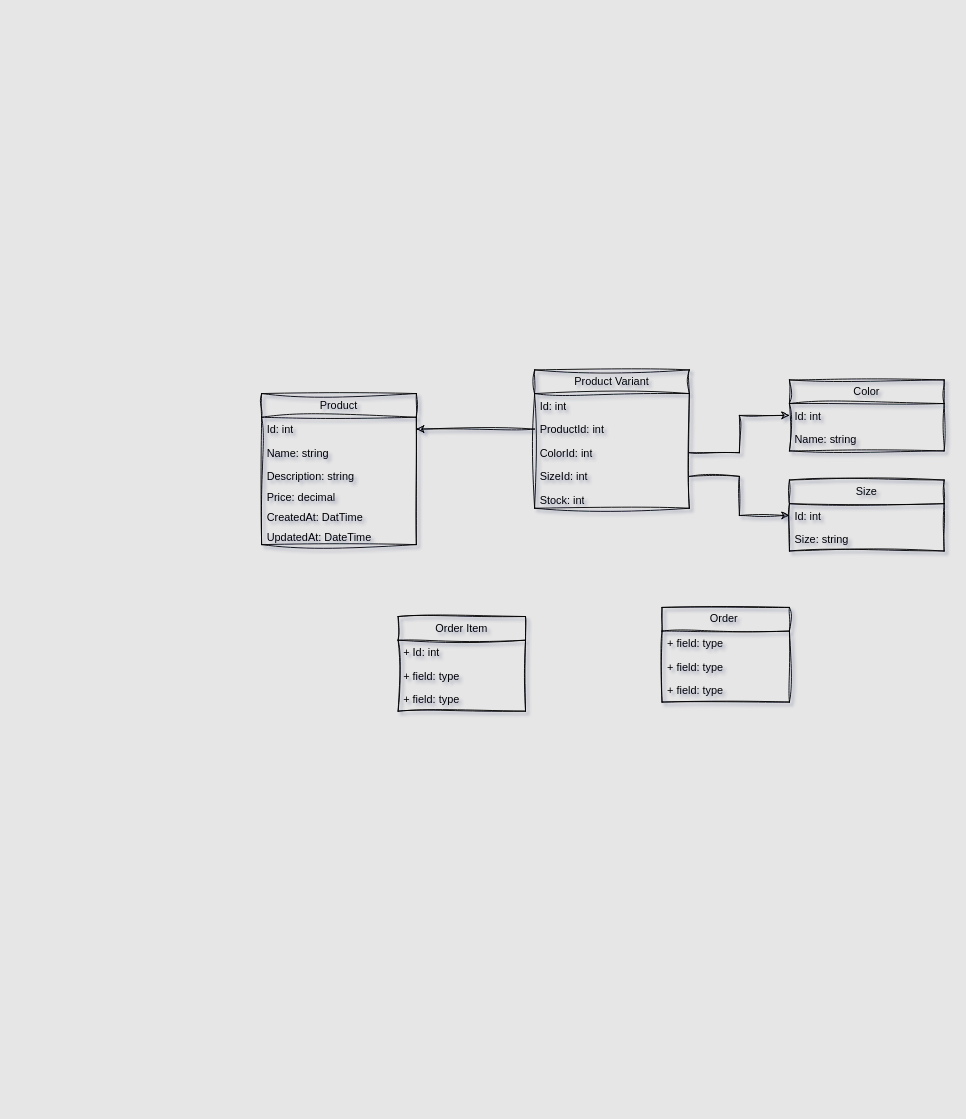
Earlier version of the draw.io diagram page "Page-1" (1 of 3) of Kemet.drawio (MustaphaAlaa/Kemet). Source tidied: cells renumbered, new cells numbered last; positions are measured from the earlier drawing's top-left corner, leaving out a move shared by most shapes. Both pictures are drawn from the tidied source at 91%, with x=0, y=0 at pixel (261, 369).
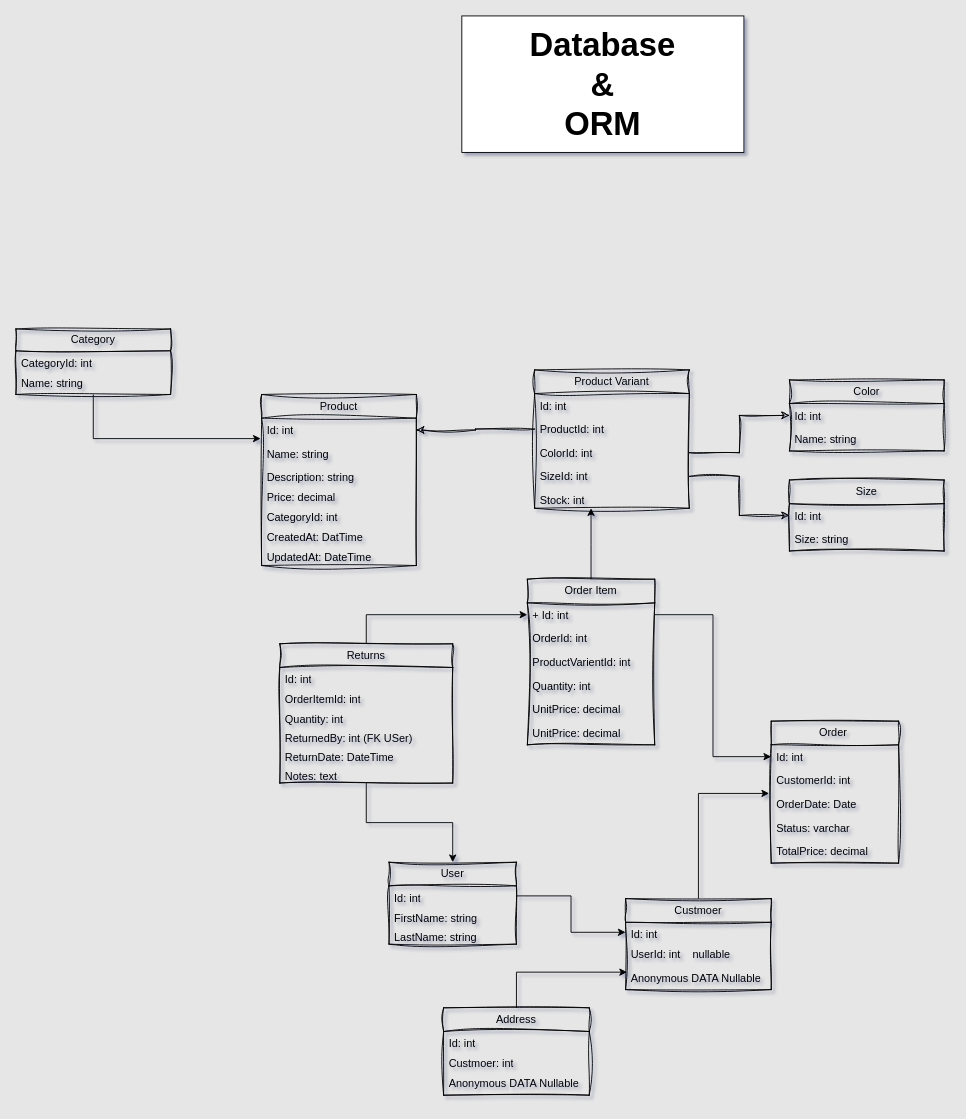
After the change.

Commit message (it also covers changes not shown here):
Add initial project structure and domain entities for Kemet

The change refers to these unchanged cells:
```xml
<mxCell id="4" value="Name: string&lt;span style=&quot;white-space: pre;&quot;&gt;&#9;&lt;/span&gt;&lt;div&gt;&lt;br&gt;&lt;/div&gt;" style="text;strokeColor=none;fillColor=none;align=left;verticalAlign=top;spacingLeft=4;spacingRight=4;overflow=hidden;points=[[0,0.5],[1,0.5]];portConstraint=eastwest;whiteSpace=wrap;html=1;rounded=0;labelBackgroundColor=none;sketch=1;curveFitting=1;jiggle=2;" parent="2" vertex="1">
  <mxGeometry y="52" width="170" height="26" as="geometry" />
</mxCell>
<mxCell id="25" value="+ Id: int" style="text;strokeColor=none;fillColor=none;align=left;verticalAlign=top;spacingLeft=4;spacingRight=4;overflow=hidden;points=[[0,0.5],[1,0.5]];portConstraint=eastwest;whiteSpace=wrap;html=1;rounded=0;labelBackgroundColor=none;sketch=1;curveFitting=1;jiggle=2;" parent="24" vertex="1">
  <mxGeometry y="26" width="140" height="26" as="geometry" />
</mxCell>
```

Change to the diagram source:
```diff
@@
     <mxCell id="2" value="Product" style="swimlane;fontStyle=0;horizontal=1;startSize=26;fillColor=none;whiteSpace=wrap;html=1;rounded=0;labelBackgroundColor=none;sketch=1;curveFitting=1;jiggle=2;" parent="1" vertex="1">
-      <mxGeometry y="26" width="170" height="166" as="geometry" />
+      <mxGeometry y="27" width="170" height="188" as="geometry" />
     </mxCell>
@@
+    <mxCell id="32" value="CategoryId: int" style="text;strokeColor=none;fillColor=none;align=left;verticalAlign=top;spacingLeft=4;spacingRight=4;overflow=hidden;whiteSpace=wrap;html=1;rounded=0;labelBackgroundColor=none;sketch=1;curveFitting=1;jiggle=2;" parent="2" vertex="1">
+      <mxGeometry y="122" width="170" height="22" as="geometry" />
+    </mxCell>
     <mxCell id="7" value="CreatedAt: DatTime&lt;span style=&quot;white-space: pre;&quot;&gt;&#9;&lt;/span&gt;" style="text;strokeColor=none;fillColor=none;align=left;verticalAlign=top;spacingLeft=4;spacingRight=4;overflow=hidden;whiteSpace=wrap;html=1;rounded=0;labelBackgroundColor=none;sketch=1;curveFitting=1;jiggle=2;" parent="2" vertex="1">
-      <mxGeometry y="122" width="170" height="22" as="geometry" />
+      <mxGeometry y="144" width="170" height="22" as="geometry" />
     </mxCell>
     <mxCell id="8" value="UpdatedAt: DateTime" style="text;strokeColor=none;fillColor=none;align=left;verticalAlign=top;spacingLeft=4;spacingRight=4;overflow=hidden;whiteSpace=wrap;html=1;rounded=0;labelBackgroundColor=none;sketch=1;curveFitting=1;jiggle=2;" parent="2" vertex="1">
-      <mxGeometry y="144" width="170" height="22" as="geometry" />
+      <mxGeometry y="166" width="170" height="22" as="geometry" />
     </mxCell>
@@
+    <mxCell id="33" style="edgeStyle=orthogonalEdgeStyle;rounded=0;jettySize=auto;html=1;entryX=0.5;entryY=1;entryDx=0;entryDy=0;exitX=0.5;exitY=0;exitDx=0;exitDy=0;" parent="1" edge="1" source="24">
+      <mxGeometry relative="1" as="geometry">
+        <mxPoint x="362" y="152" as="targetPoint" />
+      </mxGeometry>
+    </mxCell>
     <mxCell id="24" value="Order Item" style="swimlane;fontStyle=0;horizontal=1;startSize=26;fillColor=none;whiteSpace=wrap;html=1;rounded=0;labelBackgroundColor=none;sketch=1;curveFitting=1;jiggle=2;" parent="1" vertex="1">
-      <mxGeometry x="150" y="271" width="140" height="104" as="geometry" />
+      <mxGeometry x="292" y="230" width="140" height="182" as="geometry" />
     </mxCell>
@@
-    <mxCell id="26" value="+ field: type" style="text;strokeColor=none;fillColor=none;align=left;verticalAlign=top;spacingLeft=4;spacingRight=4;overflow=hidden;whiteSpace=wrap;html=1;rounded=0;labelBackgroundColor=none;sketch=1;curveFitting=1;jiggle=2;" parent="24" vertex="1">
+    <mxCell id="26" value="OrderId: int" style="text;strokeColor=none;fillColor=none;align=left;verticalAlign=top;spacingLeft=4;spacingRight=4;overflow=hidden;whiteSpace=wrap;html=1;rounded=0;labelBackgroundColor=none;sketch=1;curveFitting=1;jiggle=2;" parent="24" vertex="1">
       <mxGeometry y="52" width="140" height="26" as="geometry" />
     </mxCell>
-    <mxCell id="27" value="+ field: type" style="text;strokeColor=none;fillColor=none;align=left;verticalAlign=top;spacingLeft=4;spacingRight=4;overflow=hidden;whiteSpace=wrap;html=1;rounded=0;labelBackgroundColor=none;sketch=1;curveFitting=1;jiggle=2;" parent="24" vertex="1">
+    <mxCell id="27" value="ProductVarientId: int" style="text;strokeColor=none;fillColor=none;align=left;verticalAlign=top;spacingLeft=4;spacingRight=4;overflow=hidden;whiteSpace=wrap;html=1;rounded=0;labelBackgroundColor=none;sketch=1;curveFitting=1;jiggle=2;" parent="24" vertex="1">
       <mxGeometry y="78" width="140" height="26" as="geometry" />
     </mxCell>
+    <mxCell id="34" value="Quantity: int" style="text;strokeColor=none;fillColor=none;align=left;verticalAlign=top;spacingLeft=4;spacingRight=4;overflow=hidden;whiteSpace=wrap;html=1;rounded=0;labelBackgroundColor=none;sketch=1;curveFitting=1;jiggle=2;" parent="24" vertex="1">
+      <mxGeometry y="104" width="140" height="26" as="geometry" />
+    </mxCell>
+    <mxCell id="35" value="UnitPrice: decimal" style="text;strokeColor=none;fillColor=none;align=left;verticalAlign=top;spacingLeft=4;spacingRight=4;overflow=hidden;whiteSpace=wrap;html=1;rounded=0;labelBackgroundColor=none;sketch=1;curveFitting=1;jiggle=2;" parent="24" vertex="1">
+      <mxGeometry y="130" width="140" height="26" as="geometry" />
+    </mxCell>
+    <mxCell id="36" value="UnitPrice: decimal" style="text;strokeColor=none;fillColor=none;align=left;verticalAlign=top;spacingLeft=4;spacingRight=4;overflow=hidden;whiteSpace=wrap;html=1;rounded=0;labelBackgroundColor=none;sketch=1;curveFitting=1;jiggle=2;" parent="24" vertex="1">
+      <mxGeometry y="156" width="140" height="26" as="geometry" />
+    </mxCell>
     <mxCell id="28" value="Order&amp;nbsp;" style="swimlane;fontStyle=0;horizontal=1;startSize=26;fillColor=none;whiteSpace=wrap;html=1;rounded=0;labelBackgroundColor=none;sketch=1;curveFitting=1;jiggle=2;" parent="1" vertex="1">
-      <mxGeometry x="440" y="261" width="140" height="104" as="geometry" />
+      <mxGeometry x="560" y="386" width="140" height="156" as="geometry" />
     </mxCell>
-    <mxCell id="29" value="+ field: type" style="text;strokeColor=none;fillColor=none;align=left;verticalAlign=top;spacingLeft=4;spacingRight=4;overflow=hidden;points=[[0,0.5],[1,0.5]];portConstraint=eastwest;whiteSpace=wrap;html=1;rounded=0;labelBackgroundColor=none;sketch=1;curveFitting=1;jiggle=2;" parent="28" vertex="1">
+    <mxCell id="29" value="Id: int" style="text;strokeColor=none;fillColor=none;align=left;verticalAlign=top;spacingLeft=4;spacingRight=4;overflow=hidden;points=[[0,0.5],[1,0.5]];portConstraint=eastwest;whiteSpace=wrap;html=1;rounded=0;labelBackgroundColor=none;sketch=1;curveFitting=1;jiggle=2;" parent="28" vertex="1">
       <mxGeometry y="26" width="140" height="26" as="geometry" />
     </mxCell>
+    <mxCell id="31" value="CustomerId: int" style="text;strokeColor=none;fillColor=none;align=left;verticalAlign=top;spacingLeft=4;spacingRight=4;overflow=hidden;whiteSpace=wrap;html=1;rounded=0;labelBackgroundColor=none;sketch=1;curveFitting=1;jiggle=2;" parent="28" vertex="1">
+      <mxGeometry y="52" width="140" height="26" as="geometry" />
+    </mxCell>
-    <mxCell id="30" value="+ field: type" style="text;strokeColor=none;fillColor=none;align=left;verticalAlign=top;spacingLeft=4;spacingRight=4;overflow=hidden;points=[[0,0.5],[1,0.5]];portConstraint=eastwest;whiteSpace=wrap;html=1;rounded=0;labelBackgroundColor=none;sketch=1;curveFitting=1;jiggle=2;" parent="28" vertex="1">
-      <mxGeometry y="52" width="140" height="26" as="geometry" />
+    <mxCell id="30" value="OrderDate: Date" style="text;strokeColor=none;fillColor=none;align=left;verticalAlign=top;spacingLeft=4;spacingRight=4;overflow=hidden;points=[[0,0.5],[1,0.5]];portConstraint=eastwest;whiteSpace=wrap;html=1;rounded=0;labelBackgroundColor=none;sketch=1;curveFitting=1;jiggle=2;" parent="28" vertex="1">
+      <mxGeometry y="78" width="140" height="26" as="geometry" />
     </mxCell>
-    <mxCell id="31" value="+ field: type" style="text;strokeColor=none;fillColor=none;align=left;verticalAlign=top;spacingLeft=4;spacingRight=4;overflow=hidden;whiteSpace=wrap;html=1;rounded=0;labelBackgroundColor=none;sketch=1;curveFitting=1;jiggle=2;" parent="28" vertex="1">
-      <mxGeometry y="78" width="140" height="26" as="geometry" />
-    </mxCell>
+    <mxCell id="37" value="Status: varchar" style="text;strokeColor=none;fillColor=none;align=left;verticalAlign=top;spacingLeft=4;spacingRight=4;overflow=hidden;whiteSpace=wrap;html=1;rounded=0;labelBackgroundColor=none;sketch=1;curveFitting=1;jiggle=2;" parent="28" vertex="1">
+      <mxGeometry y="104" width="140" height="26" as="geometry" />
+    </mxCell>
+    <mxCell id="38" value="TotalPrice: decimal" style="text;strokeColor=none;fillColor=none;align=left;verticalAlign=top;spacingLeft=4;spacingRight=4;overflow=hidden;whiteSpace=wrap;html=1;rounded=0;labelBackgroundColor=none;sketch=1;curveFitting=1;jiggle=2;" parent="28" vertex="1">
+      <mxGeometry y="130" width="140" height="26" as="geometry" />
+    </mxCell>
+    <mxCell id="39" style="edgeStyle=orthogonalEdgeStyle;rounded=0;jettySize=auto;html=1;" parent="1" edge="1" source="25" target="29">
+      <mxGeometry relative="1" as="geometry" />
+    </mxCell>
+    <mxCell id="40" value="Custmoer" style="swimlane;fontStyle=0;horizontal=1;startSize=26;fillColor=none;whiteSpace=wrap;html=1;rounded=0;labelBackgroundColor=none;sketch=1;curveFitting=1;jiggle=2;" parent="1" vertex="1">
+      <mxGeometry x="400" y="581" width="160" height="100" as="geometry" />
+    </mxCell>
+    <mxCell id="41" value="Id: int" style="text;strokeColor=none;fillColor=none;align=left;verticalAlign=top;spacingLeft=4;spacingRight=4;overflow=hidden;points=[[0,0.5],[1,0.5]];portConstraint=eastwest;whiteSpace=wrap;html=1;rounded=0;labelBackgroundColor=none;sketch=1;curveFitting=1;jiggle=2;" parent="40" vertex="1">
+      <mxGeometry y="26" width="160" height="22" as="geometry" />
+    </mxCell>
+    <mxCell id="42" value="UserId: int&amp;nbsp; &amp;nbsp; nullable" style="text;strokeColor=none;fillColor=none;align=left;verticalAlign=top;spacingLeft=4;spacingRight=4;overflow=hidden;whiteSpace=wrap;html=1;rounded=0;labelBackgroundColor=none;sketch=1;curveFitting=1;jiggle=2;" parent="40" vertex="1">
+      <mxGeometry y="48" width="160" height="26" as="geometry" />
+    </mxCell>
+    <mxCell id="43" value="Anonymous DATA Nullable" style="text;strokeColor=none;fillColor=none;align=left;verticalAlign=top;spacingLeft=4;spacingRight=4;overflow=hidden;points=[[0,0.5],[1,0.5]];portConstraint=eastwest;whiteSpace=wrap;html=1;rounded=0;labelBackgroundColor=none;sketch=1;curveFitting=1;jiggle=2;" parent="40" vertex="1">
+      <mxGeometry y="74" width="160" height="26" as="geometry" />
+    </mxCell>
+    <mxCell id="44" value="User" style="swimlane;fontStyle=0;horizontal=1;startSize=26;fillColor=none;whiteSpace=wrap;html=1;rounded=0;labelBackgroundColor=none;sketch=1;curveFitting=1;jiggle=2;" parent="1" vertex="1">
+      <mxGeometry x="140" y="541" width="140" height="90" as="geometry" />
+    </mxCell>
+    <mxCell id="45" value="Id: int" style="text;strokeColor=none;fillColor=none;align=left;verticalAlign=top;spacingLeft=4;spacingRight=4;overflow=hidden;points=[[0,0.5],[1,0.5]];portConstraint=eastwest;whiteSpace=wrap;html=1;rounded=0;labelBackgroundColor=none;sketch=1;curveFitting=1;jiggle=2;" parent="44" vertex="1">
+      <mxGeometry y="26" width="140" height="22" as="geometry" />
+    </mxCell>
+    <mxCell id="46" value="FirstName: string" style="text;strokeColor=none;fillColor=none;align=left;verticalAlign=top;spacingLeft=4;spacingRight=4;overflow=hidden;whiteSpace=wrap;html=1;rounded=0;labelBackgroundColor=none;sketch=1;curveFitting=1;jiggle=2;" parent="44" vertex="1">
+      <mxGeometry y="48" width="140" height="21" as="geometry" />
+    </mxCell>
+    <mxCell id="47" value="LastName: string" style="text;strokeColor=none;fillColor=none;align=left;verticalAlign=top;spacingLeft=4;spacingRight=4;overflow=hidden;whiteSpace=wrap;html=1;rounded=0;labelBackgroundColor=none;sketch=1;curveFitting=1;jiggle=2;" parent="44" vertex="1">
+      <mxGeometry y="69" width="140" height="21" as="geometry" />
+    </mxCell>
+    <mxCell id="48" style="edgeStyle=orthogonalEdgeStyle;rounded=0;jettySize=auto;html=1;exitX=1;exitY=0.5;exitDx=0;exitDy=0;" parent="1" edge="1" source="45" target="41">
+      <mxGeometry relative="1" as="geometry" />
+    </mxCell>
+    <mxCell id="49" style="edgeStyle=orthogonalEdgeStyle;rounded=0;jettySize=auto;html=1;entryX=-0.016;entryY=0.054;entryDx=0;entryDy=0;entryPerimeter=0;" parent="1" edge="1" source="40" target="30">
+      <mxGeometry relative="1" as="geometry" />
+    </mxCell>
+    <mxCell id="50" value="Address" style="swimlane;fontStyle=0;horizontal=1;startSize=26;fillColor=none;whiteSpace=wrap;html=1;rounded=0;labelBackgroundColor=none;sketch=1;curveFitting=1;jiggle=2;" parent="1" vertex="1">
+      <mxGeometry x="200" y="701" width="160" height="96" as="geometry" />
+    </mxCell>
+    <mxCell id="51" value="Id: int" style="text;strokeColor=none;fillColor=none;align=left;verticalAlign=top;spacingLeft=4;spacingRight=4;overflow=hidden;whiteSpace=wrap;html=1;rounded=0;labelBackgroundColor=none;sketch=1;curveFitting=1;jiggle=2;" parent="50" vertex="1">
+      <mxGeometry y="26" width="160" height="22" as="geometry" />
+    </mxCell>
+    <mxCell id="52" value="Custmoer: int" style="text;strokeColor=none;fillColor=none;align=left;verticalAlign=top;spacingLeft=4;spacingRight=4;overflow=hidden;whiteSpace=wrap;html=1;rounded=0;labelBackgroundColor=none;sketch=1;curveFitting=1;jiggle=2;" parent="50" vertex="1">
+      <mxGeometry y="48" width="160" height="22" as="geometry" />
+    </mxCell>
+    <mxCell id="53" value="Anonymous DATA Nullable" style="text;strokeColor=none;fillColor=none;align=left;verticalAlign=top;spacingLeft=4;spacingRight=4;overflow=hidden;whiteSpace=wrap;html=1;rounded=0;labelBackgroundColor=none;sketch=1;curveFitting=1;jiggle=2;" parent="50" vertex="1">
+      <mxGeometry y="70" width="160" height="26" as="geometry" />
+    </mxCell>
+    <mxCell id="54" style="edgeStyle=orthogonalEdgeStyle;rounded=0;jettySize=auto;html=1;entryX=0.01;entryY=0.262;entryDx=0;entryDy=0;entryPerimeter=0;" parent="1" edge="1" source="50" target="43">
+      <mxGeometry relative="1" as="geometry" />
+    </mxCell>
+    <mxCell id="55" style="edgeStyle=orthogonalEdgeStyle;rounded=0;jettySize=auto;html=1;entryX=0;entryY=0.5;entryDx=0;entryDy=0;" parent="1" edge="1" source="57" target="25">
+      <mxGeometry relative="1" as="geometry" />
+    </mxCell>
+    <mxCell id="56" style="edgeStyle=orthogonalEdgeStyle;rounded=0;jettySize=auto;html=1;entryX=0.5;entryY=0;entryDx=0;entryDy=0;" parent="1" edge="1" source="57" target="44">
+      <mxGeometry relative="1" as="geometry" />
+    </mxCell>
+    <mxCell id="57" value="Returns" style="swimlane;fontStyle=0;horizontal=1;startSize=26;fillColor=none;whiteSpace=wrap;html=1;rounded=0;labelBackgroundColor=none;sketch=1;curveFitting=1;jiggle=2;" parent="1" vertex="1">
+      <mxGeometry x="20" y="301" width="190" height="153" as="geometry" />
+    </mxCell>
+    <mxCell id="58" value="Id: int" style="text;strokeColor=none;fillColor=none;align=left;verticalAlign=top;spacingLeft=4;spacingRight=4;overflow=hidden;whiteSpace=wrap;html=1;rounded=0;labelBackgroundColor=none;sketch=1;curveFitting=1;jiggle=2;" parent="57" vertex="1">
+      <mxGeometry y="26" width="190" height="22" as="geometry" />
+    </mxCell>
+    <mxCell id="59" value="OrderItemId: int" style="text;strokeColor=none;fillColor=none;align=left;verticalAlign=top;spacingLeft=4;spacingRight=4;overflow=hidden;whiteSpace=wrap;html=1;rounded=0;labelBackgroundColor=none;sketch=1;curveFitting=1;jiggle=2;" parent="57" vertex="1">
+      <mxGeometry y="48" width="190" height="21" as="geometry" />
+    </mxCell>
+    <mxCell id="60" value="Quantity: int" style="text;strokeColor=none;fillColor=none;align=left;verticalAlign=top;spacingLeft=4;spacingRight=4;overflow=hidden;whiteSpace=wrap;html=1;rounded=0;labelBackgroundColor=none;sketch=1;curveFitting=1;jiggle=2;" parent="57" vertex="1">
+      <mxGeometry y="69" width="190" height="21" as="geometry" />
+    </mxCell>
+    <mxCell id="61" value="ReturnedBy: int (FK USer)" style="text;strokeColor=none;fillColor=none;align=left;verticalAlign=top;spacingLeft=4;spacingRight=4;overflow=hidden;whiteSpace=wrap;html=1;rounded=0;labelBackgroundColor=none;sketch=1;curveFitting=1;jiggle=2;" parent="57" vertex="1">
+      <mxGeometry y="90" width="190" height="21" as="geometry" />
+    </mxCell>
+    <mxCell id="62" value="ReturnDate: DateTime" style="text;strokeColor=none;fillColor=none;align=left;verticalAlign=top;spacingLeft=4;spacingRight=4;overflow=hidden;whiteSpace=wrap;html=1;rounded=0;labelBackgroundColor=none;sketch=1;curveFitting=1;jiggle=2;" parent="57" vertex="1">
+      <mxGeometry y="111" width="190" height="21" as="geometry" />
+    </mxCell>
+    <mxCell id="63" value="Notes: text" style="text;strokeColor=none;fillColor=none;align=left;verticalAlign=top;spacingLeft=4;spacingRight=4;overflow=hidden;whiteSpace=wrap;html=1;rounded=0;labelBackgroundColor=none;sketch=1;curveFitting=1;jiggle=2;" parent="57" vertex="1">
+      <mxGeometry y="132" width="190" height="21" as="geometry" />
+    </mxCell>
+    <mxCell id="64" value="Category" style="swimlane;fontStyle=0;horizontal=1;startSize=24;fillColor=none;whiteSpace=wrap;html=1;rounded=0;labelBackgroundColor=none;sketch=1;curveFitting=1;jiggle=2;" parent="1" vertex="1">
+      <mxGeometry x="-270" y="-45" width="170" height="72" as="geometry" />
+    </mxCell>
+    <mxCell id="65" value="CategoryId: int" style="text;strokeColor=none;fillColor=none;align=left;verticalAlign=top;spacingLeft=4;spacingRight=4;overflow=hidden;whiteSpace=wrap;html=1;rounded=0;labelBackgroundColor=none;sketch=1;curveFitting=1;jiggle=2;" parent="64" vertex="1">
+      <mxGeometry y="24" width="170" height="22" as="geometry" />
+    </mxCell>
+    <mxCell id="66" value="Name: string&lt;span style=&quot;white-space: pre;&quot;&gt;&#9;&lt;/span&gt;&lt;div&gt;&lt;br&gt;&lt;/div&gt;" style="text;strokeColor=none;fillColor=none;align=left;verticalAlign=top;spacingLeft=4;spacingRight=4;overflow=hidden;whiteSpace=wrap;html=1;rounded=0;labelBackgroundColor=none;sketch=1;curveFitting=1;jiggle=2;" parent="64" vertex="1">
+      <mxGeometry y="46" width="170" height="26" as="geometry" />
+    </mxCell>
+    <mxCell id="67" style="edgeStyle=orthogonalEdgeStyle;rounded=0;jettySize=auto;html=1;entryX=-0.006;entryY=-0.135;entryDx=0;entryDy=0;entryPerimeter=0;" parent="1" edge="1" source="64" target="4">
+      <mxGeometry relative="1" as="geometry" />
+    </mxCell>
+    <mxCell id="68" value="&lt;b&gt;&lt;font style=&quot;font-size: 36px;&quot;&gt;Database&lt;/font&gt;&lt;/b&gt;&lt;div&gt;&lt;b&gt;&lt;font style=&quot;font-size: 36px;&quot;&gt;&amp;amp;&lt;/font&gt;&lt;/b&gt;&lt;/div&gt;&lt;div&gt;&lt;b&gt;&lt;font style=&quot;font-size: 36px;&quot;&gt;ORM&lt;/font&gt;&lt;/b&gt;&lt;/div&gt;" style="whiteSpace=wrap;html=1;" parent="1" vertex="1">
+      <mxGeometry x="220" y="-389" width="310" height="150" as="geometry" />
+    </mxCell>
```
